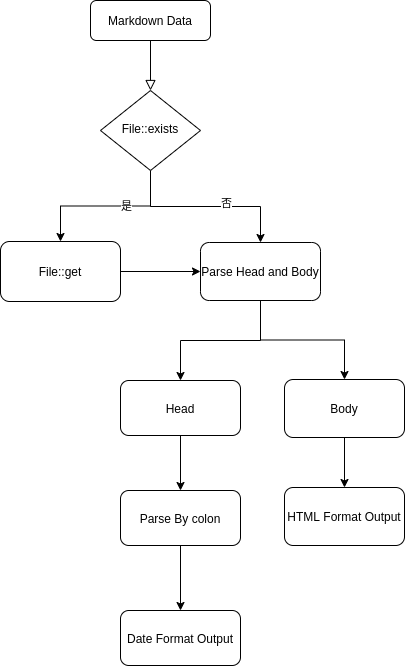
The draw.io diagram flow.png in edwardyi/php-app-docker, before a commit. Source tidied: cells renumbered, new cells last; positions are measured from the earlier drawing's top-left corner, leaving out a move shared by most shapes. Source of this version:
```xml
<mxGraphModel>
  <root>
    <mxCell id="0" />
    <mxCell id="1" parent="0" />
    <mxCell id="2" style="rounded=0;html=1;jettySize=auto;fontSize=11;endArrow=block;endFill=0;endSize=8;strokeWidth=1;shadow=0;labelBackgroundColor=none;edgeStyle=orthogonalEdgeStyle;" parent="1" edge="1" source="3" target="8">
      <mxGeometry relative="1" as="geometry" />
    </mxCell>
    <mxCell id="3" value="Markdown Data" style="rounded=1;whiteSpace=wrap;html=1;fontSize=12;glass=0;strokeWidth=1;shadow=0;" parent="1" vertex="1">
      <mxGeometry x="90" width="120" height="40" as="geometry" />
    </mxCell>
    <mxCell id="4" style="edgeStyle=orthogonalEdgeStyle;rounded=0;jettySize=auto;html=1;" parent="1" edge="1" source="8" target="13">
      <mxGeometry relative="1" as="geometry" />
    </mxCell>
    <mxCell id="5" value="是" style="edgeLabel;html=1;align=center;verticalAlign=middle;" parent="4" vertex="1">
      <mxGeometry x="-0.25" relative="1" as="geometry" />
    </mxCell>
    <mxCell id="6" style="edgeStyle=orthogonalEdgeStyle;rounded=0;jettySize=auto;html=1;" parent="1" edge="1" source="8" target="11">
      <mxGeometry relative="1" as="geometry" />
    </mxCell>
    <mxCell id="7" value="否" style="edgeLabel;html=1;align=center;verticalAlign=middle;" parent="6" vertex="1">
      <mxGeometry x="0.22" y="4" relative="1" as="geometry" />
    </mxCell>
    <mxCell id="8" value="File::exists" style="rhombus;whiteSpace=wrap;html=1;shadow=0;fontFamily=Helvetica;fontSize=12;align=center;strokeWidth=1;spacing=6;spacingTop=-4;" parent="1" vertex="1">
      <mxGeometry x="100" y="90" width="100" height="80" as="geometry" />
    </mxCell>
    <mxCell id="9" style="edgeStyle=orthogonalEdgeStyle;rounded=0;jettySize=auto;html=1;" parent="1" edge="1" source="11" target="15">
      <mxGeometry relative="1" as="geometry" />
    </mxCell>
    <mxCell id="10" style="edgeStyle=orthogonalEdgeStyle;rounded=0;jettySize=auto;html=1;" parent="1" edge="1" source="11" target="17">
      <mxGeometry relative="1" as="geometry" />
    </mxCell>
    <mxCell id="11" value="Parse Head and Body" style="rounded=1;whiteSpace=wrap;html=1;fontSize=12;glass=0;strokeWidth=1;shadow=0;" parent="1" vertex="1">
      <mxGeometry x="200" y="242" width="120" height="58" as="geometry" />
    </mxCell>
    <mxCell id="12" style="edgeStyle=orthogonalEdgeStyle;rounded=0;jettySize=auto;html=1;" parent="1" edge="1" source="13" target="11">
      <mxGeometry relative="1" as="geometry" />
    </mxCell>
    <mxCell id="13" value="File::get" style="rounded=1;whiteSpace=wrap;html=1;" parent="1" vertex="1">
      <mxGeometry y="241" width="120" height="60" as="geometry" />
    </mxCell>
    <mxCell id="14" style="edgeStyle=orthogonalEdgeStyle;rounded=0;jettySize=auto;html=1;" parent="1" edge="1" source="15" target="19">
      <mxGeometry relative="1" as="geometry" />
    </mxCell>
    <mxCell id="15" value="Head" style="rounded=1;whiteSpace=wrap;html=1;fontSize=12;glass=0;strokeWidth=1;shadow=0;" parent="1" vertex="1">
      <mxGeometry x="120" y="380" width="120" height="55" as="geometry" />
    </mxCell>
    <mxCell id="16" style="edgeStyle=orthogonalEdgeStyle;rounded=0;jettySize=auto;html=1;" parent="1" edge="1" source="17" target="20">
      <mxGeometry relative="1" as="geometry" />
    </mxCell>
    <mxCell id="17" value="Body" style="rounded=1;whiteSpace=wrap;html=1;fontSize=12;glass=0;strokeWidth=1;shadow=0;" parent="1" vertex="1">
      <mxGeometry x="284" y="379" width="120" height="58" as="geometry" />
    </mxCell>
    <mxCell id="18" style="edgeStyle=orthogonalEdgeStyle;rounded=0;jettySize=auto;html=1;" parent="1" edge="1" source="19" target="21">
      <mxGeometry relative="1" as="geometry" />
    </mxCell>
    <mxCell id="19" value="Parse By colon" style="rounded=1;whiteSpace=wrap;html=1;fontSize=12;glass=0;strokeWidth=1;shadow=0;" parent="1" vertex="1">
      <mxGeometry x="120" y="490" width="120" height="55" as="geometry" />
    </mxCell>
    <mxCell id="20" value="HTML Format Output" style="rounded=1;whiteSpace=wrap;html=1;fontSize=12;glass=0;strokeWidth=1;shadow=0;" parent="1" vertex="1">
      <mxGeometry x="284" y="487" width="120" height="58" as="geometry" />
    </mxCell>
    <mxCell id="21" value="Date Format Output" style="rounded=1;whiteSpace=wrap;html=1;fontSize=12;glass=0;strokeWidth=1;shadow=0;" parent="1" vertex="1">
      <mxGeometry x="120" y="610" width="120" height="55" as="geometry" />
    </mxCell>
  </root>
</mxGraphModel>
```
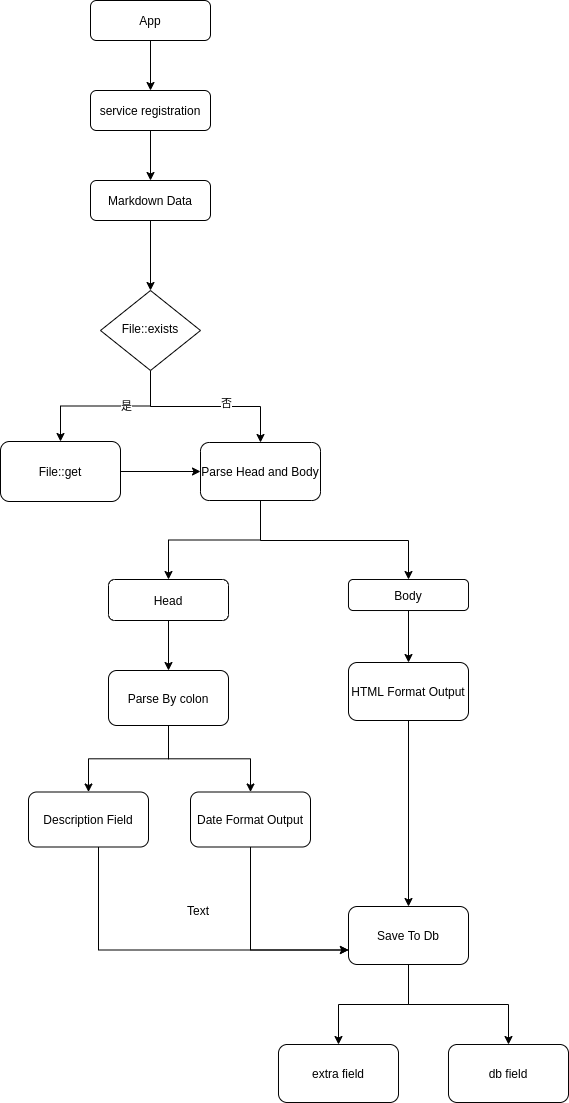
The same file after the commit.

Commit message:
feat(Markdown): add stub service provider and output console log

What changed in the source:
```diff
@@ -2,11 +2,11 @@
   <root>
     <mxCell id="0" />
     <mxCell id="1" parent="0" />
-    <mxCell id="2" style="rounded=0;html=1;jettySize=auto;fontSize=11;endArrow=block;endFill=0;endSize=8;strokeWidth=1;shadow=0;labelBackgroundColor=none;edgeStyle=orthogonalEdgeStyle;" parent="1" edge="1" source="3" target="8">
+    <mxCell id="2" style="edgeStyle=orthogonalEdgeStyle;rounded=0;jettySize=auto;html=1;" parent="1" edge="1" source="3" target="8">
       <mxGeometry relative="1" as="geometry" />
     </mxCell>
     <mxCell id="3" value="Markdown Data" style="rounded=1;whiteSpace=wrap;html=1;fontSize=12;glass=0;strokeWidth=1;shadow=0;" parent="1" vertex="1">
-      <mxGeometry x="90" width="120" height="40" as="geometry" />
+      <mxGeometry x="28" y="110" width="120" height="40" as="geometry" />
     </mxCell>
     <mxCell id="4" style="edgeStyle=orthogonalEdgeStyle;rounded=0;jettySize=auto;html=1;" parent="1" edge="1" source="8" target="13">
       <mxGeometry relative="1" as="geometry" />
@@ -21,46 +21,104 @@
       <mxGeometry x="0.22" y="4" relative="1" as="geometry" />
     </mxCell>
     <mxCell id="8" value="File::exists" style="rhombus;whiteSpace=wrap;html=1;shadow=0;fontFamily=Helvetica;fontSize=12;align=center;strokeWidth=1;spacing=6;spacingTop=-4;" parent="1" vertex="1">
-      <mxGeometry x="100" y="90" width="100" height="80" as="geometry" />
+      <mxGeometry x="38" y="220" width="100" height="80" as="geometry" />
     </mxCell>
     <mxCell id="9" style="edgeStyle=orthogonalEdgeStyle;rounded=0;jettySize=auto;html=1;" parent="1" edge="1" source="11" target="15">
       <mxGeometry relative="1" as="geometry" />
     </mxCell>
     <mxCell id="10" style="edgeStyle=orthogonalEdgeStyle;rounded=0;jettySize=auto;html=1;" parent="1" edge="1" source="11" target="17">
-      <mxGeometry relative="1" as="geometry" />
+      <mxGeometry relative="1" as="geometry">
+        <Array as="points">
+          <mxPoint x="198" y="470" />
+          <mxPoint x="346" y="470" />
+        </Array>
+      </mxGeometry>
     </mxCell>
     <mxCell id="11" value="Parse Head and Body" style="rounded=1;whiteSpace=wrap;html=1;fontSize=12;glass=0;strokeWidth=1;shadow=0;" parent="1" vertex="1">
-      <mxGeometry x="200" y="242" width="120" height="58" as="geometry" />
+      <mxGeometry x="138" y="372" width="120" height="58" as="geometry" />
     </mxCell>
     <mxCell id="12" style="edgeStyle=orthogonalEdgeStyle;rounded=0;jettySize=auto;html=1;" parent="1" edge="1" source="13" target="11">
       <mxGeometry relative="1" as="geometry" />
     </mxCell>
     <mxCell id="13" value="File::get" style="rounded=1;whiteSpace=wrap;html=1;" parent="1" vertex="1">
-      <mxGeometry y="241" width="120" height="60" as="geometry" />
+      <mxGeometry x="-62" y="371" width="120" height="60" as="geometry" />
     </mxCell>
     <mxCell id="14" style="edgeStyle=orthogonalEdgeStyle;rounded=0;jettySize=auto;html=1;" parent="1" edge="1" source="15" target="19">
       <mxGeometry relative="1" as="geometry" />
     </mxCell>
     <mxCell id="15" value="Head" style="rounded=1;whiteSpace=wrap;html=1;fontSize=12;glass=0;strokeWidth=1;shadow=0;" parent="1" vertex="1">
-      <mxGeometry x="120" y="380" width="120" height="55" as="geometry" />
+      <mxGeometry x="46" y="509" width="120" height="41" as="geometry" />
     </mxCell>
     <mxCell id="16" style="edgeStyle=orthogonalEdgeStyle;rounded=0;jettySize=auto;html=1;" parent="1" edge="1" source="17" target="20">
       <mxGeometry relative="1" as="geometry" />
     </mxCell>
     <mxCell id="17" value="Body" style="rounded=1;whiteSpace=wrap;html=1;fontSize=12;glass=0;strokeWidth=1;shadow=0;" parent="1" vertex="1">
-      <mxGeometry x="284" y="379" width="120" height="58" as="geometry" />
+      <mxGeometry x="286" y="509" width="120" height="31" as="geometry" />
     </mxCell>
     <mxCell id="18" style="edgeStyle=orthogonalEdgeStyle;rounded=0;jettySize=auto;html=1;" parent="1" edge="1" source="19" target="21">
       <mxGeometry relative="1" as="geometry" />
     </mxCell>
+    <mxCell id="22" style="edgeStyle=orthogonalEdgeStyle;rounded=0;jettySize=auto;html=1;" parent="1" edge="1" source="19" target="26">
+      <mxGeometry relative="1" as="geometry" />
+    </mxCell>
     <mxCell id="19" value="Parse By colon" style="rounded=1;whiteSpace=wrap;html=1;fontSize=12;glass=0;strokeWidth=1;shadow=0;" parent="1" vertex="1">
-      <mxGeometry x="120" y="490" width="120" height="55" as="geometry" />
+      <mxGeometry x="46" y="600" width="120" height="55" as="geometry" />
     </mxCell>
+    <mxCell id="23" style="edgeStyle=orthogonalEdgeStyle;rounded=0;jettySize=auto;html=1;" parent="1" edge="1" source="20" target="29">
+      <mxGeometry relative="1" as="geometry" />
+    </mxCell>
     <mxCell id="20" value="HTML Format Output" style="rounded=1;whiteSpace=wrap;html=1;fontSize=12;glass=0;strokeWidth=1;shadow=0;" parent="1" vertex="1">
-      <mxGeometry x="284" y="487" width="120" height="58" as="geometry" />
+      <mxGeometry x="286" y="592" width="120" height="58" as="geometry" />
     </mxCell>
+    <mxCell id="24" style="edgeStyle=orthogonalEdgeStyle;rounded=0;jettySize=auto;html=1;entryX=0;entryY=0.75;entryDx=0;entryDy=0;" parent="1" edge="1" source="21" target="29">
+      <mxGeometry relative="1" as="geometry">
+        <Array as="points">
+          <mxPoint x="188" y="879" />
+        </Array>
+      </mxGeometry>
+    </mxCell>
     <mxCell id="21" value="Date Format Output" style="rounded=1;whiteSpace=wrap;html=1;fontSize=12;glass=0;strokeWidth=1;shadow=0;" parent="1" vertex="1">
-      <mxGeometry x="120" y="610" width="120" height="55" as="geometry" />
+      <mxGeometry x="128" y="721.5" width="120" height="55" as="geometry" />
     </mxCell>
+    <mxCell id="25" style="edgeStyle=orthogonalEdgeStyle;rounded=0;jettySize=auto;html=1;entryX=0;entryY=0.75;entryDx=0;entryDy=0;" parent="1" edge="1" source="26" target="29">
+      <mxGeometry relative="1" as="geometry">
+        <Array as="points">
+          <mxPoint x="36" y="879" />
+        </Array>
+      </mxGeometry>
+    </mxCell>
+    <mxCell id="26" value="Description Field" style="rounded=1;whiteSpace=wrap;html=1;fontSize=12;glass=0;strokeWidth=1;shadow=0;" parent="1" vertex="1">
+      <mxGeometry x="-34" y="721.5" width="120" height="55" as="geometry" />
+    </mxCell>
+    <mxCell id="27" style="edgeStyle=orthogonalEdgeStyle;rounded=0;jettySize=auto;html=1;" parent="1" edge="1" source="29" target="30">
+      <mxGeometry relative="1" as="geometry" />
+    </mxCell>
+    <mxCell id="28" style="edgeStyle=orthogonalEdgeStyle;rounded=0;jettySize=auto;html=1;" parent="1" edge="1" source="29" target="31">
+      <mxGeometry relative="1" as="geometry" />
+    </mxCell>
+    <mxCell id="29" value="Save To Db" style="rounded=1;whiteSpace=wrap;html=1;fontSize=12;glass=0;strokeWidth=1;shadow=0;" parent="1" vertex="1">
+      <mxGeometry x="286" y="836" width="120" height="58" as="geometry" />
+    </mxCell>
+    <mxCell id="30" value="extra field" style="rounded=1;whiteSpace=wrap;html=1;fontSize=12;glass=0;strokeWidth=1;shadow=0;" parent="1" vertex="1">
+      <mxGeometry x="216" y="974" width="120" height="58" as="geometry" />
+    </mxCell>
+    <mxCell id="31" value="db field" style="rounded=1;whiteSpace=wrap;html=1;fontSize=12;glass=0;strokeWidth=1;shadow=0;" parent="1" vertex="1">
+      <mxGeometry x="386" y="974" width="120" height="58" as="geometry" />
+    </mxCell>
+    <mxCell id="32" value="Text" style="text;html=1;strokeColor=none;fillColor=none;align=center;verticalAlign=middle;whiteSpace=wrap;rounded=0;" parent="1" vertex="1">
+      <mxGeometry x="106" y="825" width="60" height="30" as="geometry" />
+    </mxCell>
+    <mxCell id="33" style="edgeStyle=orthogonalEdgeStyle;rounded=0;jettySize=auto;html=1;" parent="1" edge="1" source="34" target="36">
+      <mxGeometry relative="1" as="geometry" />
+    </mxCell>
+    <mxCell id="34" value="App" style="rounded=1;whiteSpace=wrap;html=1;fontSize=12;glass=0;strokeWidth=1;shadow=0;" parent="1" vertex="1">
+      <mxGeometry x="28" y="-70" width="120" height="40" as="geometry" />
+    </mxCell>
+    <mxCell id="35" style="edgeStyle=orthogonalEdgeStyle;rounded=0;jettySize=auto;html=1;entryX=0.5;entryY=0;entryDx=0;entryDy=0;" parent="1" edge="1" source="36" target="3">
+      <mxGeometry relative="1" as="geometry" />
+    </mxCell>
+    <mxCell id="36" value="service registration" style="rounded=1;whiteSpace=wrap;html=1;fontSize=12;glass=0;strokeWidth=1;shadow=0;" parent="1" vertex="1">
+      <mxGeometry x="28" y="20" width="120" height="40" as="geometry" />
+    </mxCell>
   </root>
 </mxGraphModel>
```
